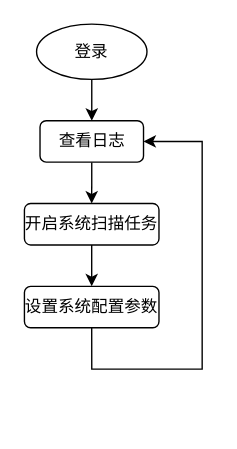
Above: aqfh/零信任/5.drawio in baibaip/diagrams (draw.io), before the change. Source tidied: cells renumbered, new cells numbered last; positions are measured from the earlier drawing's top-left corner, leaving out a move shared by most shapes. Both pictures are drawn from the tidied source at 138%, with x=0, y=0 at pixel (23, 23).
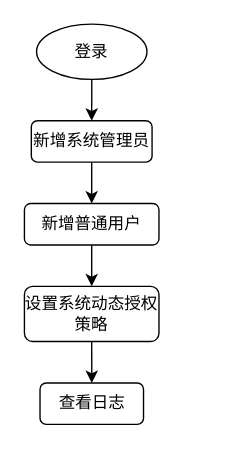
The same diagram, later.

Diff of the diagram source:
```diff
@@
 <mxGraphModel>
   <root>
     <mxCell id="0" />
     <mxCell id="1" parent="0" />
     <mxCell id="2" style="edgeStyle=orthogonalEdgeStyle;rounded=0;jettySize=auto;html=1;exitX=0.5;exitY=1;exitDx=0;exitDy=0;entryX=0.5;entryY=0;entryDx=0;entryDy=0;" parent="1" edge="1" source="3" target="5">
       <mxGeometry relative="1" as="geometry" />
     </mxCell>
     <mxCell id="3" value="登录" style="ellipse;whiteSpace=wrap;html=1;" parent="1" vertex="1">
       <mxGeometry x="9" width="80" height="40" as="geometry" />
     </mxCell>
     <mxCell id="4" style="edgeStyle=orthogonalEdgeStyle;rounded=0;jettySize=auto;html=1;exitX=0.5;exitY=1;exitDx=0;exitDy=0;entryX=0.5;entryY=0;entryDx=0;entryDy=0;" parent="1" edge="1" source="5" target="7">
       <mxGeometry relative="1" as="geometry" />
     </mxCell>
-    <mxCell id="5" value="查看日志" style="rounded=1;whiteSpace=wrap;html=1;" parent="1" vertex="1">
-      <mxGeometry x="11.5" y="70" width="75" height="30" as="geometry" />
+    <mxCell id="5" value="新增系统管理员" style="rounded=1;whiteSpace=wrap;html=1;" parent="1" vertex="1">
+      <mxGeometry x="5.2" y="70" width="87.5" height="30" as="geometry" />
     </mxCell>
     <mxCell id="6" style="edgeStyle=orthogonalEdgeStyle;rounded=0;jettySize=auto;html=1;exitX=0.5;exitY=1;exitDx=0;exitDy=0;entryX=0.5;entryY=0;entryDx=0;entryDy=0;" parent="1" edge="1" source="7" target="9">
       <mxGeometry relative="1" as="geometry" />
     </mxCell>
-    <mxCell id="7" value="开启系统扫描任务" style="rounded=1;whiteSpace=wrap;html=1;" parent="1" vertex="1">
+    <mxCell id="7" value="新增普通用户" style="rounded=1;whiteSpace=wrap;html=1;" parent="1" vertex="1">
       <mxGeometry x="0.2" y="130" width="97.5" height="30" as="geometry" />
     </mxCell>
-    <mxCell id="8" style="edgeStyle=orthogonalEdgeStyle;rounded=0;jettySize=auto;html=1;exitX=0.5;exitY=1;exitDx=0;exitDy=0;entryX=1;entryY=0.5;entryDx=0;entryDy=0;" parent="1" edge="1" source="9" target="5">
-      <mxGeometry relative="1" as="geometry">
-        <Array as="points">
-          <mxPoint x="49" y="250" />
-          <mxPoint x="129" y="250" />
-          <mxPoint x="129" y="85" />
-        </Array>
-      </mxGeometry>
-    </mxCell>
+    <mxCell id="10" style="edgeStyle=orthogonalEdgeStyle;rounded=0;jettySize=auto;html=1;exitX=0.5;exitY=1;exitDx=0;exitDy=0;entryX=0.5;entryY=0;entryDx=0;entryDy=0;" parent="1" edge="1" source="9" target="11">
+      <mxGeometry relative="1" as="geometry" />
+    </mxCell>
-    <mxCell id="9" value="设置系统配置参数" style="rounded=1;whiteSpace=wrap;html=1;" parent="1" vertex="1">
-      <mxGeometry x="0.2" y="190" width="97.5" height="30" as="geometry" />
+    <mxCell id="9" value="设置系统动态授权策略" style="rounded=1;whiteSpace=wrap;html=1;" parent="1" vertex="1">
+      <mxGeometry x="0.2" y="190" width="97.5" height="40" as="geometry" />
     </mxCell>
+    <mxCell id="11" value="查看日志" style="rounded=1;whiteSpace=wrap;html=1;" parent="1" vertex="1">
+      <mxGeometry x="11.5" y="260" width="75" height="30" as="geometry" />
+    </mxCell>
   </root>
 </mxGraphModel>
```
